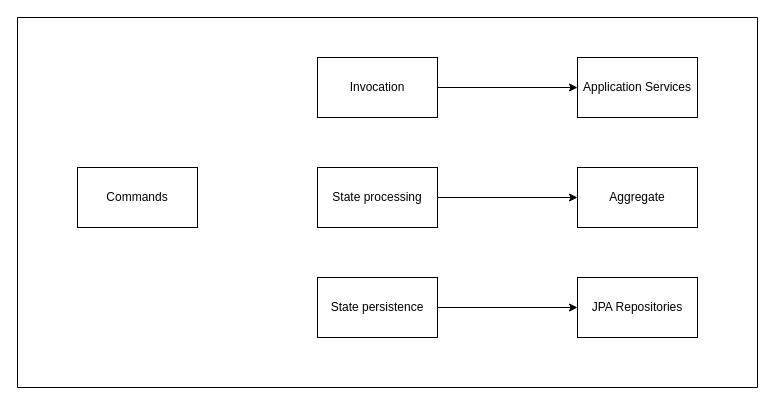
The draw.io diagram spring-boot/command_implementation_summary.drawio in fusionswap/graphs, before the edit. Source tidied: cells renumbered, new cells numbered last; positions are measured from the earlier drawing's top-left corner, leaving out a move shared by most shapes. Both pictures are drawn from the tidied source at 100%, with x=0, y=0 at pixel (17, 17).
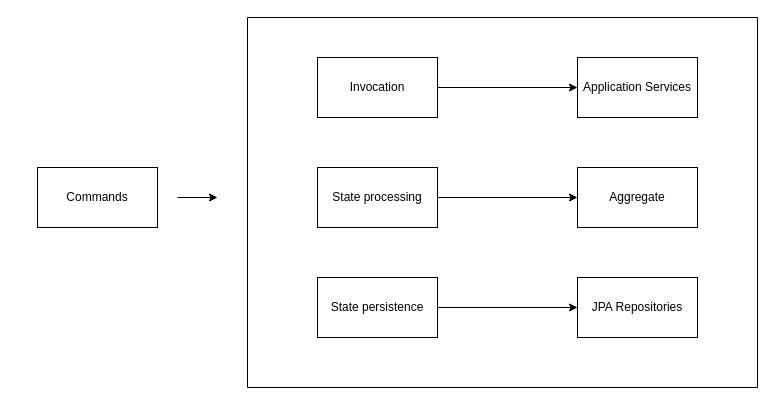
After the change.

Diff of the diagram source:
```diff
@@
 <mxGraphModel>
   <root>
     <mxCell id="0" />
     <mxCell id="1" parent="0" />
     <mxCell id="2" value="Commands" style="rounded=0;whiteSpace=wrap;html=1;" parent="1" vertex="1">
-      <mxGeometry x="60" y="150" width="120" height="60" as="geometry" />
+      <mxGeometry x="20" y="150" width="120" height="60" as="geometry" />
     </mxCell>
     <mxCell id="3" value="Invocation" style="rounded=0;whiteSpace=wrap;html=1;" parent="1" vertex="1">
       <mxGeometry x="300" y="40" width="120" height="60" as="geometry" />
     </mxCell>
     <mxCell id="4" value="State processing" style="rounded=0;whiteSpace=wrap;html=1;" parent="1" vertex="1">
       <mxGeometry x="300" y="150" width="120" height="60" as="geometry" />
     </mxCell>
     <mxCell id="5" value="State persistence" style="rounded=0;whiteSpace=wrap;html=1;" parent="1" vertex="1">
       <mxGeometry x="300" y="260" width="120" height="60" as="geometry" />
     </mxCell>
     <mxCell id="6" value="Application Services" style="rounded=0;whiteSpace=wrap;html=1;" parent="1" vertex="1">
       <mxGeometry x="560" y="40" width="120" height="60" as="geometry" />
     </mxCell>
     <mxCell id="7" value="Aggregate" style="rounded=0;whiteSpace=wrap;html=1;" parent="1" vertex="1">
       <mxGeometry x="560" y="150" width="120" height="60" as="geometry" />
     </mxCell>
     <mxCell id="8" value="JPA Repositories" style="rounded=0;whiteSpace=wrap;html=1;" parent="1" vertex="1">
       <mxGeometry x="560" y="260" width="120" height="60" as="geometry" />
     </mxCell>
     <mxCell id="9" style="endArrow=classic;html=1;entryX=0;entryY=0.5;entryDx=0;entryDy=0;" parent="1" edge="1" source="3" target="6">
       <mxGeometry relative="1" as="geometry" />
     </mxCell>
     <mxCell id="10" style="endArrow=classic;html=1;entryX=0;entryY=0.5;entryDx=0;entryDy=0;" parent="1" edge="1">
       <mxGeometry relative="1" as="geometry">
         <mxPoint x="420" y="180" as="sourcePoint" />
         <mxPoint x="560" y="180" as="targetPoint" />
       </mxGeometry>
     </mxCell>
     <mxCell id="11" style="endArrow=classic;html=1;entryX=0;entryY=0.5;entryDx=0;entryDy=0;" parent="1" edge="1">
       <mxGeometry relative="1" as="geometry">
         <mxPoint x="420" y="290" as="sourcePoint" />
         <mxPoint x="560" y="290" as="targetPoint" />
       </mxGeometry>
     </mxCell>
     <mxCell id="12" style="verticalLabelPosition=bottom;verticalAlign=top;html=1;shape=mxgraph.basic.rect;fillColor=none;fillColor2=none;strokeColor=#000000;strokeWidth=1;size=20;indent=5;" parent="1" vertex="1">
-      <mxGeometry width="740" height="370" as="geometry" />
+      <mxGeometry x="230" width="510" height="370" as="geometry" />
     </mxCell>
+    <mxCell id="13" style="endArrow=classic;html=1;" parent="1" edge="1">
+      <mxGeometry relative="1" as="geometry">
+        <mxPoint x="160" y="180" as="sourcePoint" />
+        <mxPoint x="200" y="180" as="targetPoint" />
+      </mxGeometry>
+    </mxCell>
   </root>
 </mxGraphModel>
```
